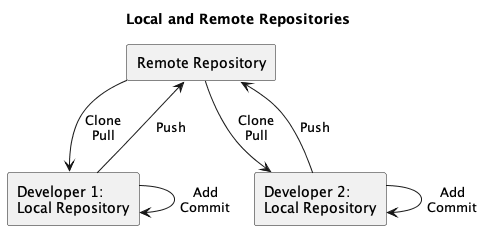
Before: local-vs-remote-repo.png, a diagram exported from PlantUML (rostools/cog-flow-intro).
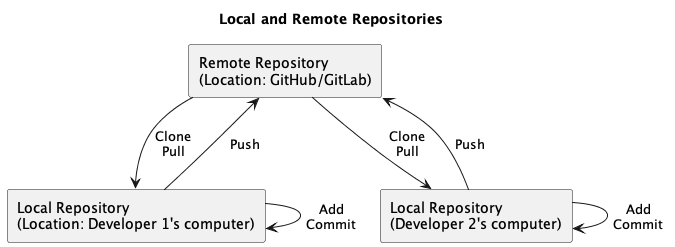
Above is the later version.

Commit message:
feat: Add location of remote/local repo

The edit, as a diff of the source:
```diff
@@ -1,9 +1,9 @@
 @startuml local-vs-remote-repo
 
 title Local and Remote Repositories
-agent "Remote Repository" as rr
-agent "Developer 1:\nLocal Repository" as lr1
-agent "Developer 2:\nLocal Repository" as lr2
+agent "Remote Repository\n(Location: GitHub/GitLab)" as rr
+agent "Local Repository\n(Location: Developer 1's computer)" as lr1
+agent "Local Repository\n(Developer 2's computer)" as lr2
 
 rr -->lr1: "Clone\nPull"
 lr1 --> rr: Push
```
